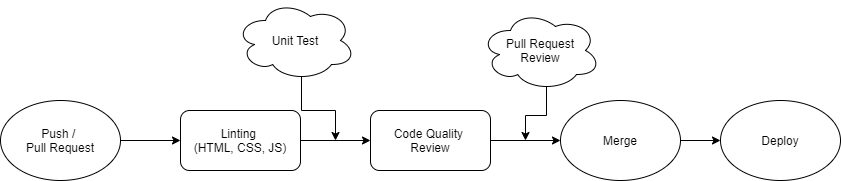
Earlier version of the draw.io export admin/cipipeline/phase1.drawio.png (cse110-fa21-group21/cse110-fa21-group21). Source tidied: cells renumbered, new cells last; positions are measured from the earlier drawing's top-left corner, leaving out a move shared by most shapes.
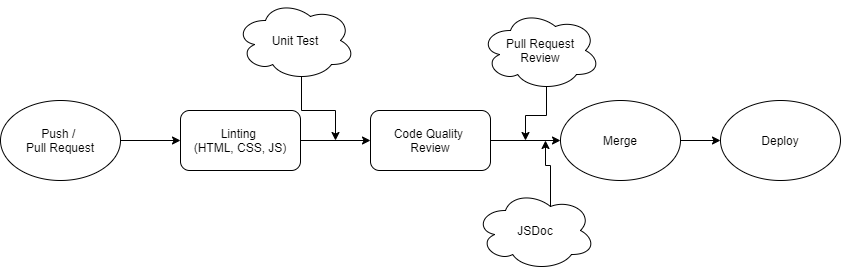
The same diagram one commit later.

The edit, as a diff of the source:
```diff
@@ -49,5 +49,13 @@
     <mxCell id="14" value="Unit Test" style="ellipse;shape=cloud;whiteSpace=wrap;html=1;" parent="1" vertex="1">
       <mxGeometry x="235" width="120" height="80" as="geometry" />
     </mxCell>
+    <mxCell id="15" style="edgeStyle=orthogonalEdgeStyle;rounded=0;jettySize=auto;html=1;exitX=0.625;exitY=0.2;exitDx=0;exitDy=0;exitPerimeter=0;" parent="1" edge="1" source="16">
+      <mxGeometry relative="1" as="geometry">
+        <mxPoint x="545" y="140" as="targetPoint" />
+      </mxGeometry>
+    </mxCell>
+    <mxCell id="16" value="JSDoc" style="ellipse;shape=cloud;whiteSpace=wrap;html=1;" parent="1" vertex="1">
+      <mxGeometry x="475" y="190" width="120" height="80" as="geometry" />
+    </mxCell>
   </root>
 </mxGraphModel>
```
